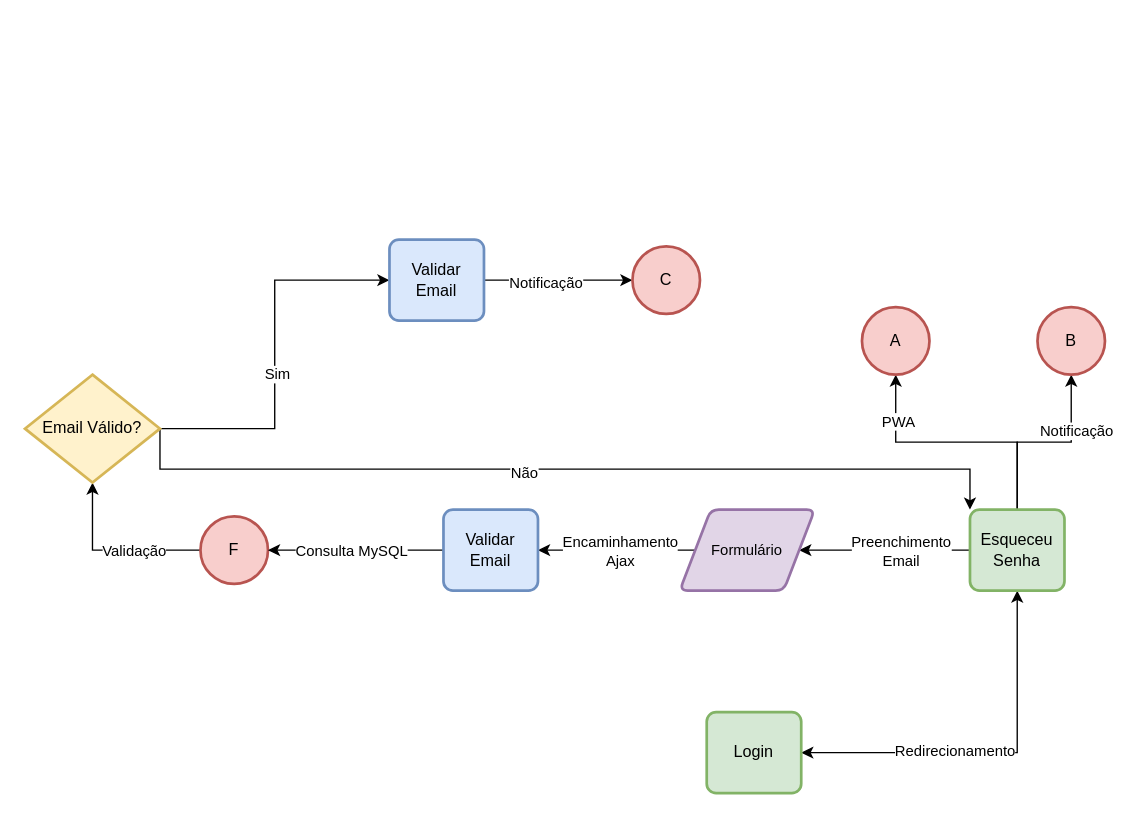
Above: page "Flow - Esqueceu Senha" (2 of 7) of tcc-flow.drawio in CSFelix/UML (draw.io), before the change. Source tidied: cells renumbered, new cells numbered last; positions are measured from the earlier drawing's top-left corner, leaving out a move shared by most shapes. Both pictures are drawn from the tidied source at 135%, with x=0, y=0 at pixel (24, 239).
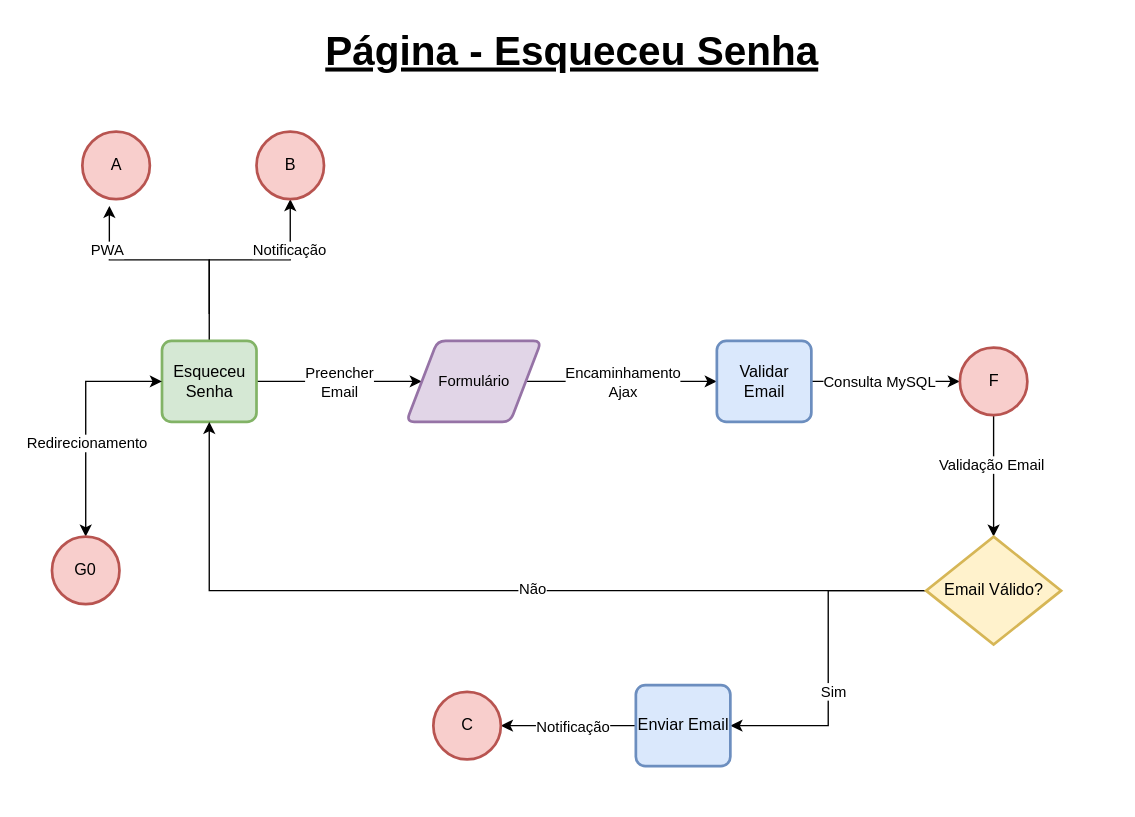
Above is the later version.

What changed in the source:
```diff
@@
-    <mxCell id="2" style="edgeStyle=orthogonalEdgeStyle;rounded=0;jettySize=auto;html=1;entryX=0.5;entryY=1;entryDx=0;entryDy=0;startArrow=classic;startFill=1;fontSize=11;" parent="1" edge="1" source="4" target="11">
-      <mxGeometry relative="1" as="geometry" />
-    </mxCell>
-    <mxCell id="3" value="Redirecionamento" style="edgeLabel;html=1;align=center;verticalAlign=middle;fontSize=11;" parent="2" vertex="1">
-      <mxGeometry x="-0.19" y="2" relative="1" as="geometry" />
-    </mxCell>
-    <mxCell id="4" value="Login" style="rounded=1;whiteSpace=wrap;html=1;absoluteArcSize=1;arcSize=14;strokeWidth=2;fillColor=#d5e8d4;strokeColor=#82b366;" parent="1" vertex="1">
-      <mxGeometry x="505" y="350" width="70" height="60" as="geometry" />
-    </mxCell>
+    <mxCell id="7" style="edgeStyle=orthogonalEdgeStyle;rounded=0;jettySize=auto;html=1;entryX=0.5;entryY=1;entryDx=0;entryDy=0;entryPerimeter=0;startArrow=none;startFill=0;fontSize=11;" parent="1" edge="1" source="11" target="31">
+      <mxGeometry relative="1" as="geometry">
+        <Array as="points">
+          <mxPoint x="136.5" y="15" />
+          <mxPoint x="196.5" y="15" />
+        </Array>
+      </mxGeometry>
+    </mxCell>
+    <mxCell id="32" value="Notificação" style="edgeLabel;html=1;align=center;verticalAlign=middle;fontSize=11;" parent="7" vertex="1">
+      <mxGeometry x="0.55" y="1" relative="1" as="geometry" />
+    </mxCell>
+    <mxCell id="33" style="edgeStyle=orthogonalEdgeStyle;rounded=0;orthogonalLoop=1;jettySize=auto;html=1;startArrow=none;startFill=0;fontSize=11;" parent="1" edge="1">
+      <mxGeometry relative="1" as="geometry">
+        <mxPoint x="136.5" y="55" as="sourcePoint" />
+        <mxPoint x="62.5" y="-25" as="targetPoint" />
+        <Array as="points">
+          <mxPoint x="136.5" y="15" />
+          <mxPoint x="62.5" y="15" />
+        </Array>
+      </mxGeometry>
+    </mxCell>
+    <mxCell id="10" value="PWA" style="edgeLabel;html=1;align=center;verticalAlign=middle;fontSize=11;" parent="33" vertex="1">
+      <mxGeometry x="0.58" y="2" relative="1" as="geometry" />
+    </mxCell>
-    <mxCell id="5" style="edgeStyle=orthogonalEdgeStyle;rounded=0;jettySize=auto;html=1;startArrow=none;startFill=0;fontSize=11;" parent="1" edge="1" source="11" target="14">
+    <mxCell id="5" style="edgeStyle=orthogonalEdgeStyle;rounded=0;jettySize=auto;html=1;entryX=0;entryY=0.5;entryDx=0;entryDy=0;startArrow=none;startFill=0;fontSize=11;" parent="1" edge="1" source="11" target="14">
       <mxGeometry relative="1" as="geometry" />
     </mxCell>
-    <mxCell id="6" value="Preenchimento&lt;br&gt;Email" style="edgeLabel;html=1;align=center;verticalAlign=middle;fontSize=11;" parent="5" vertex="1">
-      <mxGeometry x="-0.17" relative="1" as="geometry" />
-    </mxCell>
-    <mxCell id="7" style="edgeStyle=orthogonalEdgeStyle;rounded=0;jettySize=auto;html=1;startArrow=none;startFill=0;fontSize=11;" parent="1" edge="1" source="11" target="31">
-      <mxGeometry relative="1" as="geometry" />
-    </mxCell>
-    <mxCell id="8" value="Notificação" style="edgeLabel;html=1;align=center;verticalAlign=middle;fontSize=11;" parent="7" vertex="1">
-      <mxGeometry x="0.42" y="-3" relative="1" as="geometry" />
-    </mxCell>
-    <mxCell id="9" style="edgeStyle=orthogonalEdgeStyle;rounded=0;jettySize=auto;html=1;entryX=0.5;entryY=1;entryDx=0;entryDy=0;entryPerimeter=0;startArrow=none;startFill=0;fontSize=11;" parent="1" edge="1" target="30">
-      <mxGeometry relative="1" as="geometry">
-        <mxPoint x="735" y="200" as="sourcePoint" />
-        <Array as="points">
-          <mxPoint x="735" y="150" />
-          <mxPoint x="645" y="150" />
-        </Array>
-      </mxGeometry>
-    </mxCell>
-    <mxCell id="10" value="PWA" style="edgeLabel;html=1;align=center;verticalAlign=middle;fontSize=11;" parent="9" vertex="1">
-      <mxGeometry x="0.64" y="-1" relative="1" as="geometry" />
-    </mxCell>
+    <mxCell id="34" value="Preencher &lt;br&gt;Email" style="edgeLabel;html=1;align=center;verticalAlign=middle;fontSize=11;" parent="5" vertex="1">
+      <mxGeometry x="-0.31" y="2" relative="1" as="geometry">
+        <mxPoint x="19.3" y="2" as="offset" />
+      </mxGeometry>
+    </mxCell>
     <mxCell id="11" value="Esqueceu&lt;br&gt;Senha" style="rounded=1;whiteSpace=wrap;html=1;absoluteArcSize=1;arcSize=14;strokeWidth=2;fillColor=#d5e8d4;strokeColor=#82b366;" parent="1" vertex="1">
-      <mxGeometry x="700" y="200" width="70" height="60" as="geometry" />
+      <mxGeometry x="101.5" y="75" width="70" height="60" as="geometry" />
     </mxCell>
-    <mxCell id="12" style="edgeStyle=orthogonalEdgeStyle;rounded=0;jettySize=auto;html=1;startArrow=none;startFill=0;fontSize=11;" parent="1" edge="1" source="14" target="20">
-      <mxGeometry relative="1" as="geometry" />
-    </mxCell>
+    <mxCell id="30" value="A" style="strokeWidth=2;html=1;shape=mxgraph.flowchart.start_2;whiteSpace=wrap;fillColor=#f8cecc;strokeColor=#b85450;" parent="1" vertex="1">
+      <mxGeometry x="42.5" y="-80" width="50" height="50" as="geometry" />
+    </mxCell>
+    <mxCell id="31" value="B" style="strokeWidth=2;html=1;shape=mxgraph.flowchart.start_2;whiteSpace=wrap;fillColor=#f8cecc;strokeColor=#b85450;" parent="1" vertex="1">
+      <mxGeometry x="171.5" y="-80" width="50" height="50" as="geometry" />
+    </mxCell>
+    <mxCell id="35" style="edgeStyle=orthogonalEdgeStyle;rounded=0;jettySize=auto;html=1;entryX=0;entryY=0.5;entryDx=0;entryDy=0;startArrow=none;startFill=0;fontSize=11;" parent="1" edge="1" source="14" target="37">
+      <mxGeometry relative="1" as="geometry" />
+    </mxCell>
-    <mxCell id="13" value="Encaminhamento&lt;br&gt;Ajax" style="edgeLabel;html=1;align=center;verticalAlign=middle;fontSize=11;" parent="12" vertex="1">
-      <mxGeometry x="0.21" y="-1" relative="1" as="geometry">
-        <mxPoint x="13.5" y="1" as="offset" />
+    <mxCell id="13" value="Encaminhamento&lt;br&gt;Ajax" style="edgeLabel;html=1;align=center;verticalAlign=middle;fontSize=11;" parent="35" vertex="1">
+      <mxGeometry x="-0.2" y="2" relative="1" as="geometry">
+        <mxPoint x="14.8" y="2" as="offset" />
       </mxGeometry>
     </mxCell>
     <mxCell id="14" value="Formulário" style="shape=parallelogram;html=1;strokeWidth=2;perimeter=parallelogramPerimeter;whiteSpace=wrap;rounded=1;arcSize=12;size=0.23;shadow=0;glass=0;sketch=0;fillColor=#e1d5e7;fontSize=11;strokeColor=#9673a6;" parent="1" vertex="1">
-      <mxGeometry x="485" y="200" width="100" height="60" as="geometry" />
+      <mxGeometry x="282.5" y="75" width="100" height="60" as="geometry" />
     </mxCell>
+    <mxCell id="36" style="edgeStyle=orthogonalEdgeStyle;rounded=0;jettySize=auto;html=1;entryX=0;entryY=0.5;entryDx=0;entryDy=0;entryPerimeter=0;startArrow=none;startFill=0;fontSize=11;" parent="1" edge="1" source="37" target="17">
+      <mxGeometry relative="1" as="geometry" />
+    </mxCell>
+    <mxCell id="19" value="Consulta MySQL" style="edgeLabel;html=1;align=center;verticalAlign=middle;fontSize=11;" parent="36" vertex="1">
+      <mxGeometry x="-0.21" relative="1" as="geometry">
+        <mxPoint x="6.7" as="offset" />
+      </mxGeometry>
+    </mxCell>
+    <mxCell id="37" value="Validar Email" style="rounded=1;whiteSpace=wrap;html=1;absoluteArcSize=1;arcSize=14;strokeWidth=2;fillColor=#dae8fc;strokeColor=#6c8ebf;" parent="1" vertex="1">
+      <mxGeometry x="512.5" y="75" width="70" height="60" as="geometry" />
+    </mxCell>
-    <mxCell id="15" style="edgeStyle=orthogonalEdgeStyle;rounded=0;jettySize=auto;html=1;entryX=0.5;entryY=1;entryDx=0;entryDy=0;entryPerimeter=0;startArrow=none;startFill=0;fontSize=11;" parent="1" edge="1" source="17" target="25">
+    <mxCell id="15" style="edgeStyle=orthogonalEdgeStyle;rounded=0;jettySize=auto;html=1;startArrow=none;startFill=0;fontSize=11;" parent="1" edge="1" source="17" target="25">
       <mxGeometry relative="1" as="geometry" />
     </mxCell>
-    <mxCell id="16" value="Validação" style="edgeLabel;html=1;align=center;verticalAlign=middle;fontSize=11;" parent="15" vertex="1">
-      <mxGeometry x="-0.03" y="4" relative="1" as="geometry">
-        <mxPoint x="13" y="-4" as="offset" />
-      </mxGeometry>
-    </mxCell>
+    <mxCell id="38" value="Validação Email" style="edgeLabel;html=1;align=center;verticalAlign=middle;fontSize=11;" parent="15" vertex="1">
+      <mxGeometry x="-0.2" y="-2" relative="1" as="geometry" />
+    </mxCell>
     <mxCell id="17" value="F" style="strokeWidth=2;html=1;shape=mxgraph.flowchart.start_2;whiteSpace=wrap;fillColor=#f8cecc;strokeColor=#b85450;" parent="1" vertex="1">
-      <mxGeometry x="130" y="205" width="50" height="50" as="geometry" />
+      <mxGeometry x="692.5" y="80" width="50" height="50" as="geometry" />
     </mxCell>
-    <mxCell id="18" style="edgeStyle=orthogonalEdgeStyle;rounded=0;jettySize=auto;html=1;entryX=1;entryY=0.5;entryDx=0;entryDy=0;entryPerimeter=0;startArrow=none;startFill=0;fontSize=11;" parent="1" edge="1" source="20" target="17">
-      <mxGeometry relative="1" as="geometry" />
-    </mxCell>
-    <mxCell id="19" value="Consulta MySQL" style="edgeLabel;html=1;align=center;verticalAlign=middle;fontSize=11;" parent="18" vertex="1">
-      <mxGeometry x="0.24" y="-4" relative="1" as="geometry">
-        <mxPoint x="12" y="4" as="offset" />
-      </mxGeometry>
-    </mxCell>
-    <mxCell id="20" value="Validar Email" style="rounded=1;whiteSpace=wrap;html=1;absoluteArcSize=1;arcSize=14;strokeWidth=2;fillColor=#dae8fc;strokeColor=#6c8ebf;" parent="1" vertex="1">
-      <mxGeometry x="310" y="200" width="70" height="60" as="geometry" />
-    </mxCell>
-    <mxCell id="21" style="edgeStyle=orthogonalEdgeStyle;rounded=0;jettySize=auto;html=1;startArrow=none;startFill=0;fontSize=11;entryX=0;entryY=0;entryDx=0;entryDy=0;exitX=1;exitY=0.5;exitDx=0;exitDy=0;exitPerimeter=0;" parent="1" edge="1" source="25" target="11">
-      <mxGeometry relative="1" as="geometry">
-        <Array as="points">
-          <mxPoint x="100" y="170" />
-          <mxPoint x="700" y="170" />
-        </Array>
-      </mxGeometry>
+    <mxCell id="21" style="edgeStyle=orthogonalEdgeStyle;rounded=0;jettySize=auto;html=1;entryX=0.5;entryY=1;entryDx=0;entryDy=0;startArrow=none;startFill=0;fontSize=11;" parent="1" edge="1" source="25" target="11">
+      <mxGeometry relative="1" as="geometry" />
     </mxCell>
     <mxCell id="22" value="Não" style="edgeLabel;html=1;align=center;verticalAlign=middle;fontSize=11;" parent="21" vertex="1">
-      <mxGeometry x="-0.18" y="-2" relative="1" as="geometry">
-        <mxPoint x="28.6" as="offset" />
-      </mxGeometry>
+      <mxGeometry x="-0.11" y="-2" relative="1" as="geometry" />
     </mxCell>
-    <mxCell id="23" style="edgeStyle=orthogonalEdgeStyle;rounded=0;jettySize=auto;html=1;entryX=0;entryY=0.5;entryDx=0;entryDy=0;startArrow=none;startFill=0;fontSize=11;" parent="1" edge="1" source="25" target="28">
-      <mxGeometry relative="1" as="geometry" />
-    </mxCell>
+    <mxCell id="39" style="edgeStyle=orthogonalEdgeStyle;rounded=0;jettySize=auto;html=1;entryX=1;entryY=0.5;entryDx=0;entryDy=0;startArrow=none;startFill=0;fontSize=11;" parent="1" edge="1" source="25" target="42">
+      <mxGeometry relative="1" as="geometry" />
+    </mxCell>
-    <mxCell id="24" value="Sim" style="edgeLabel;html=1;align=center;verticalAlign=middle;fontSize=11;" parent="23" vertex="1">
-      <mxGeometry x="-0.1" y="-1" relative="1" as="geometry" />
+    <mxCell id="24" value="Sim" style="edgeLabel;html=1;align=center;verticalAlign=middle;fontSize=11;" parent="39" vertex="1">
+      <mxGeometry x="0.2" y="3" relative="1" as="geometry" />
     </mxCell>
     <mxCell id="25" value="Email Válido?" style="strokeWidth=2;html=1;shape=mxgraph.flowchart.decision;whiteSpace=wrap;fillColor=#fff2cc;strokeColor=#d6b656;" parent="1" vertex="1">
-      <mxGeometry y="100" width="100" height="80" as="geometry" />
+      <mxGeometry x="667.5" y="220" width="100" height="80" as="geometry" />
     </mxCell>
-    <mxCell id="26" style="edgeStyle=orthogonalEdgeStyle;rounded=0;jettySize=auto;html=1;entryX=0;entryY=0.5;entryDx=0;entryDy=0;entryPerimeter=0;startArrow=none;startFill=0;fontSize=11;" parent="1" edge="1" source="28" target="29">
-      <mxGeometry relative="1" as="geometry" />
-    </mxCell>
-    <mxCell id="27" value="Notificação" style="edgeLabel;html=1;align=center;verticalAlign=middle;fontSize=11;" parent="26" vertex="1">
-      <mxGeometry x="-0.19" y="-1" relative="1" as="geometry" />
-    </mxCell>
-    <mxCell id="28" value="Validar Email" style="rounded=1;whiteSpace=wrap;html=1;absoluteArcSize=1;arcSize=14;strokeWidth=2;fillColor=#dae8fc;strokeColor=#6c8ebf;" parent="1" vertex="1">
-      <mxGeometry x="270" width="70" height="60" as="geometry" />
-    </mxCell>
+    <mxCell id="40" style="edgeStyle=orthogonalEdgeStyle;rounded=0;jettySize=auto;html=1;startArrow=none;startFill=0;fontSize=11;" parent="1" edge="1" source="42" target="29">
+      <mxGeometry relative="1" as="geometry" />
+    </mxCell>
+    <mxCell id="41" value="Notificação" style="edgeLabel;html=1;align=center;verticalAlign=middle;fontSize=11;" parent="40" vertex="1">
+      <mxGeometry x="0.23" y="-2" relative="1" as="geometry">
+        <mxPoint x="15.2" y="2" as="offset" />
+      </mxGeometry>
+    </mxCell>
+    <mxCell id="42" value="Enviar Email" style="rounded=1;whiteSpace=wrap;html=1;absoluteArcSize=1;arcSize=14;strokeWidth=2;fillColor=#dae8fc;strokeColor=#6c8ebf;" parent="1" vertex="1">
+      <mxGeometry x="452.5" y="330" width="70" height="60" as="geometry" />
+    </mxCell>
     <mxCell id="29" value="C" style="strokeWidth=2;html=1;shape=mxgraph.flowchart.start_2;whiteSpace=wrap;fillColor=#f8cecc;strokeColor=#b85450;" parent="1" vertex="1">
-      <mxGeometry x="450" y="5" width="50" height="50" as="geometry" />
+      <mxGeometry x="302.5" y="335" width="50" height="50" as="geometry" />
     </mxCell>
-    <mxCell id="30" value="A" style="strokeWidth=2;html=1;shape=mxgraph.flowchart.start_2;whiteSpace=wrap;fillColor=#f8cecc;strokeColor=#b85450;" parent="1" vertex="1">
-      <mxGeometry x="620" y="50" width="50" height="50" as="geometry" />
-    </mxCell>
-    <mxCell id="31" value="B" style="strokeWidth=2;html=1;shape=mxgraph.flowchart.start_2;whiteSpace=wrap;fillColor=#f8cecc;strokeColor=#b85450;" parent="1" vertex="1">
-      <mxGeometry x="750" y="50" width="50" height="50" as="geometry" />
-    </mxCell>
+    <mxCell id="43" value="Página - Esqueceu Senha" style="text;html=1;align=center;verticalAlign=middle;rounded=0;fontStyle=5;dashed=1;shadow=0;sketch=0;glass=0;fontSize=30;direction=west;rotation=0;" parent="1" vertex="1">
+      <mxGeometry x="215" y="-160" width="380" height="40" as="geometry" />
+    </mxCell>
+    <mxCell id="44" style="edgeStyle=orthogonalEdgeStyle;rounded=0;jettySize=auto;html=1;entryX=0;entryY=0.5;entryDx=0;entryDy=0;startArrow=classic;startFill=1;fontSize=11;exitX=0.5;exitY=0;exitDx=0;exitDy=0;exitPerimeter=0;" parent="1" edge="1" source="45" target="11">
+      <mxGeometry relative="1" as="geometry">
+        <Array as="points">
+          <mxPoint x="45" y="105" />
+        </Array>
+      </mxGeometry>
+    </mxCell>
+    <mxCell id="3" value="Redirecionamento" style="edgeLabel;html=1;align=center;verticalAlign=middle;fontSize=11;" parent="44" vertex="1">
+      <mxGeometry x="0.01" relative="1" as="geometry">
+        <mxPoint y="17.1" as="offset" />
+      </mxGeometry>
+    </mxCell>
+    <mxCell id="45" value="G0" style="strokeWidth=2;html=1;shape=mxgraph.flowchart.start_2;whiteSpace=wrap;fillColor=#f8cecc;strokeColor=#b85450;" parent="1" vertex="1">
+      <mxGeometry x="20" y="220" width="50" height="50" as="geometry" />
+    </mxCell>
```
